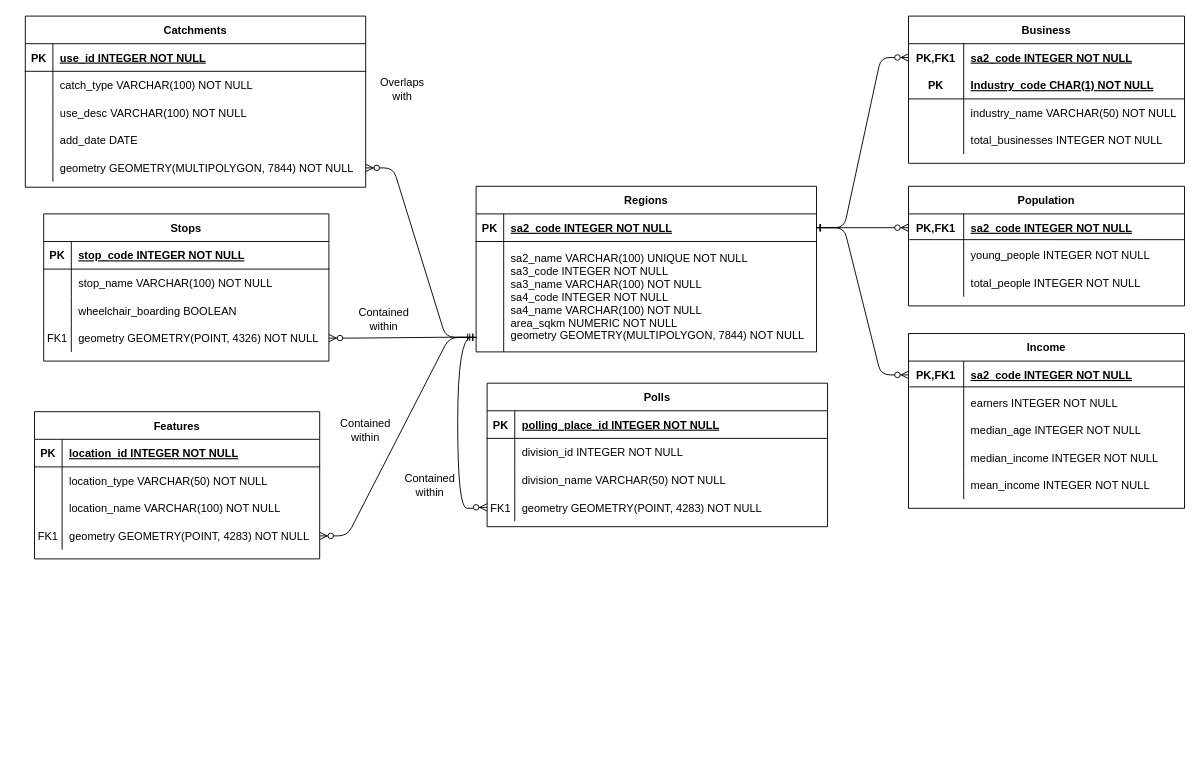
The draw.io diagram data_diagram.drawio in FixItChris/DATA2901, before the edit. Source tidied: cells renumbered, new cells numbered last; positions are measured from the earlier drawing's top-left corner, leaving out a move shared by most shapes. Both pictures are drawn from the tidied source at 92%, with x=0, y=0 at pixel (25, 16).
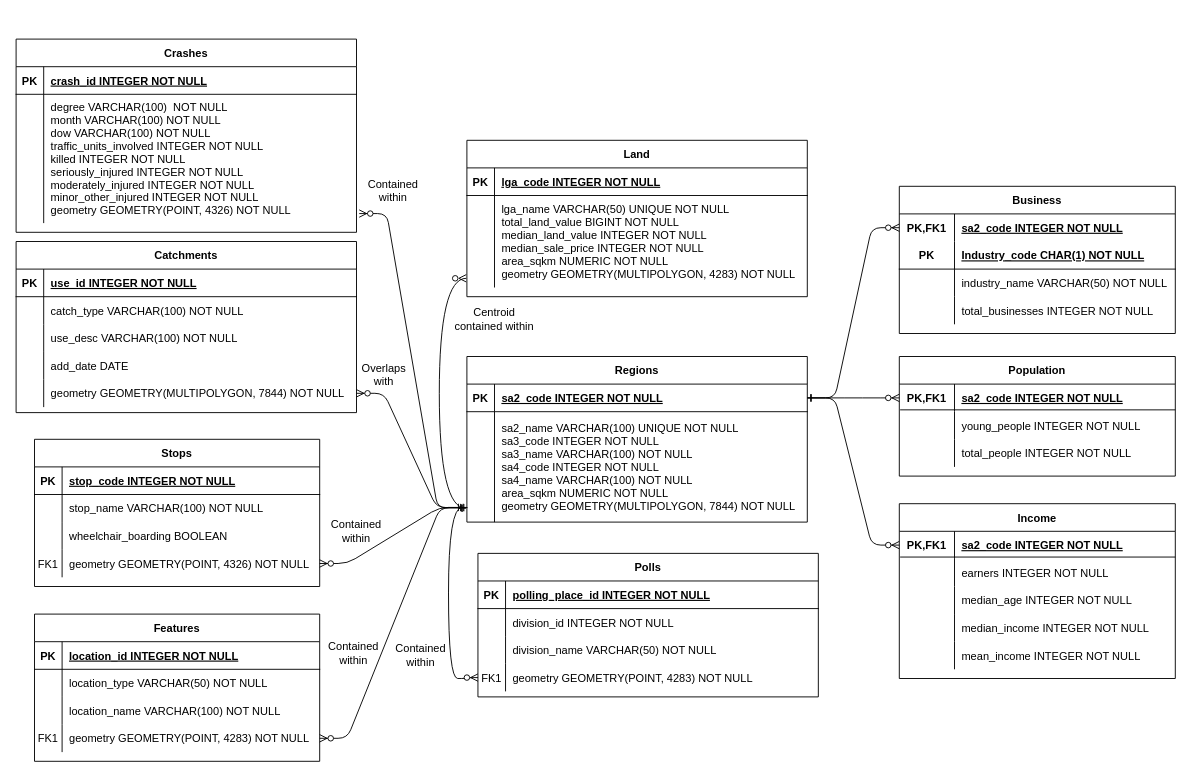
After the change.

Commit message (it also covers changes not shown here):
updated data diagram

Unchanged cells that the change refers to:
```xml
<mxCell id="7" style="shape=partialRectangle;fillColor=none;points=[[0,0.5],[1,0.5]];portConstraint=eastwest;top=0;left=0;right=0;bottom=0;" parent="3" vertex="1">
  <mxGeometry y="60" width="370" height="120" as="geometry" />
</mxCell>
<mxCell id="78" style="shape=tableRow;horizontal=0;startSize=0;swimlaneHead=0;swimlaneBody=0;fillColor=none;points=[[0,0.5],[1,0.5]];portConstraint=eastwest;top=0;left=0;right=0;bottom=0;" parent="68" vertex="1">
  <mxGeometry y="120" width="370" height="30" as="geometry" />
</mxCell>
```

The edit, as a diff of the source:
```diff
@@
     <mxCell id="3" value="Regions" style="shape=table;startSize=30;childLayout=tableLayout;rowLines=0;fontStyle=1;align=center;" parent="1" vertex="1">
-      <mxGeometry x="490" y="185" width="370" height="180" as="geometry" />
+      <mxGeometry x="480" y="370" width="370" height="180" as="geometry" />
     </mxCell>
@@
     <mxCell id="10" value="Business" style="shape=table;startSize=30;childLayout=tableLayout;rowLines=0;fontStyle=1;align=center;" parent="1" vertex="1">
-      <mxGeometry x="960" width="300" height="160" as="geometry" />
+      <mxGeometry x="950" y="185" width="300" height="160" as="geometry" />
     </mxCell>
@@
     <mxCell id="23" value="Stops" style="shape=table;startSize=30;childLayout=tableLayout;rowLines=0;fontStyle=1;align=center;" parent="1" vertex="1">
-      <mxGeometry x="20" y="215" width="310" height="160" as="geometry" />
+      <mxGeometry x="10" y="460" width="310" height="160" as="geometry" />
     </mxCell>
@@
     <mxCell id="37" value="Catchments" style="shape=table;startSize=30;childLayout=tableLayout;rowLines=0;fontStyle=1;align=center;" parent="1" vertex="1">
-      <mxGeometry width="370" height="186" as="geometry" />
+      <mxGeometry x="-10" y="245" width="370" height="186" as="geometry" />
     </mxCell>
@@
     <mxCell id="54" value="Contained within" style="text;html=1;strokeColor=none;fillColor=none;align=center;verticalAlign=middle;whiteSpace=wrap;rounded=0;" parent="1" vertex="1">
-      <mxGeometry x="360" y="315" width="60" height="30" as="geometry" />
+      <mxGeometry x="330" y="545" width="60" height="30" as="geometry" />
     </mxCell>
     <mxCell id="55" value="Overlaps with" style="text;html=1;strokeColor=none;fillColor=none;align=center;verticalAlign=middle;whiteSpace=wrap;rounded=0;" parent="1" vertex="1">
-      <mxGeometry x="380" y="65" width="60" height="30" as="geometry" />
+      <mxGeometry x="360" y="375" width="60" height="30" as="geometry" />
     </mxCell>
     <mxCell id="56" value="Population" style="shape=table;startSize=30;childLayout=tableLayout;rowLines=0;fontStyle=1;align=center;" parent="1" vertex="1">
-      <mxGeometry x="960" y="185" width="300" height="130" as="geometry" />
+      <mxGeometry x="950" y="370" width="300" height="130" as="geometry" />
     </mxCell>
@@
     <mxCell id="68" value="Polls" style="shape=table;startSize=30;childLayout=tableLayout;rowLines=0;fontStyle=1;align=center;" parent="1" vertex="1">
-      <mxGeometry x="502" y="399" width="370" height="156" as="geometry" />
+      <mxGeometry x="492" y="584" width="370" height="156" as="geometry" />
     </mxCell>
@@
     <mxCell id="81" style="edgeStyle=orthogonalEdgeStyle;endArrow=ERzeroToMany;startArrow=ERone;endFill=1;startFill=0;exitX=-0.014;exitY=0.867;exitDx=0;exitDy=0;exitPerimeter=0;curved=1;entryX=0;entryY=0.5;entryDx=0;entryDy=0;" parent="1" edge="1" source="7" target="78">
       <mxGeometry relative="1" as="geometry">
         <Array as="points">
-          <mxPoint x="470" y="349" />
-          <mxPoint x="470" y="535" />
-          <mxPoint x="490" y="535" />
-          <mxPoint x="490" y="534" />
+          <mxPoint x="460" y="534" />
+          <mxPoint x="460" y="720" />
+          <mxPoint x="480" y="720" />
+          <mxPoint x="480" y="719" />
         </Array>
       </mxGeometry>
     </mxCell>
     <mxCell id="82" value="Contained within" style="text;html=1;strokeColor=none;fillColor=none;align=center;verticalAlign=middle;whiteSpace=wrap;rounded=0;" parent="1" vertex="1">
-      <mxGeometry x="410" y="495" width="60" height="30" as="geometry" />
+      <mxGeometry x="400" y="680" width="60" height="30" as="geometry" />
     </mxCell>
     <mxCell id="83" value="Features" style="shape=table;startSize=30;childLayout=tableLayout;rowLines=0;fontStyle=1;align=center;" parent="1" vertex="1">
-      <mxGeometry x="10" y="430" width="310" height="160" as="geometry" />
+      <mxGeometry x="10" y="650" width="310" height="160" as="geometry" />
     </mxCell>
@@
     <mxCell id="97" value="Contained within" style="text;html=1;strokeColor=none;fillColor=none;align=center;verticalAlign=middle;whiteSpace=wrap;rounded=0;" parent="1" vertex="1">
-      <mxGeometry x="340" y="435" width="60" height="30" as="geometry" />
+      <mxGeometry x="327" y="678" width="60" height="30" as="geometry" />
     </mxCell>
     <mxCell id="98" value="Income" style="shape=table;startSize=30;childLayout=tableLayout;rowLines=0;fontStyle=1;align=center;" parent="1" vertex="1">
-      <mxGeometry x="960" y="345" width="300" height="190" as="geometry" />
+      <mxGeometry x="950" y="530" width="300" height="190" as="geometry" />
     </mxCell>
@@
+    <mxCell id="116" value="Crashes" style="shape=table;startSize=30;childLayout=tableLayout;rowLines=0;fontStyle=1;align=center;" parent="1" vertex="1">
+      <mxGeometry x="-10" y="25" width="370" height="210" as="geometry" />
+    </mxCell>
+    <mxCell id="117" style="shape=partialRectangle;fillColor=none;top=0;left=0;right=0;bottom=1;" parent="116" vertex="1">
+      <mxGeometry y="30" width="370" height="30" as="geometry" />
+    </mxCell>
+    <mxCell id="118" value="PK" style="shape=partialRectangle;overflow=hidden;fillColor=none;top=0;left=0;bottom=0;right=0;fontStyle=1;" parent="117" vertex="1">
+      <mxGeometry width="30" height="30" as="geometry" />
+    </mxCell>
+    <mxCell id="119" value="crash_id INTEGER NOT NULL " style="shape=partialRectangle;overflow=hidden;fillColor=none;top=0;left=0;bottom=0;right=0;align=left;spacingLeft=6;fontStyle=5;" parent="117" vertex="1">
+      <mxGeometry x="30" width="340" height="30" as="geometry" />
+    </mxCell>
+    <mxCell id="120" style="shape=partialRectangle;fillColor=none;points=[[0,0.5],[1,0.5]];portConstraint=eastwest;top=0;left=0;right=0;bottom=0;" parent="116" vertex="1">
+      <mxGeometry y="60" width="370" height="140" as="geometry" />
+    </mxCell>
+    <mxCell id="121" style="shape=partialRectangle;overflow=hidden;fillColor=none;top=0;left=0;bottom=0;right=0;" parent="120" vertex="1">
+      <mxGeometry width="30" height="140" as="geometry" />
+    </mxCell>
+    <mxCell id="122" value="degree VARCHAR(100)  NOT NULL&#10;month VARCHAR(100) NOT NULL&#10;dow VARCHAR(100) NOT NULL&#10;traffic_units_involved INTEGER NOT NULL&#10;killed INTEGER NOT NULL&#10;seriously_injured INTEGER NOT NULL&#10;moderately_injured INTEGER NOT NULL&#10;minor_other_injured INTEGER NOT NULL&#10;geometry GEOMETRY(POINT, 4326) NOT NULL" style="shape=partialRectangle;overflow=hidden;fillColor=none;top=0;left=0;bottom=0;right=0;align=left;spacingLeft=6;" parent="120" vertex="1">
+      <mxGeometry x="30" width="340" height="140" as="geometry" />
+    </mxCell>
+    <mxCell id="123" value="Land" style="shape=table;startSize=30;childLayout=tableLayout;rowLines=0;fontStyle=1;align=center;" parent="1" vertex="1">
+      <mxGeometry x="480" y="135" width="370" height="170" as="geometry" />
+    </mxCell>
+    <mxCell id="124" style="shape=partialRectangle;fillColor=none;top=0;left=0;right=0;bottom=1;" parent="123" vertex="1">
+      <mxGeometry y="30" width="370" height="30" as="geometry" />
+    </mxCell>
+    <mxCell id="125" value="PK" style="shape=partialRectangle;overflow=hidden;fillColor=none;top=0;left=0;bottom=0;right=0;fontStyle=1;" parent="124" vertex="1">
+      <mxGeometry width="30" height="30" as="geometry" />
+    </mxCell>
+    <mxCell id="126" value="lga_code INTEGER NOT NULL " style="shape=partialRectangle;overflow=hidden;fillColor=none;top=0;left=0;bottom=0;right=0;align=left;spacingLeft=6;fontStyle=5;" parent="124" vertex="1">
+      <mxGeometry x="30" width="340" height="30" as="geometry" />
+    </mxCell>
+    <mxCell id="127" style="shape=partialRectangle;fillColor=none;top=0;left=0;right=0;bottom=0;" parent="123" vertex="1">
+      <mxGeometry y="60" width="370" height="100" as="geometry" />
+    </mxCell>
+    <mxCell id="128" style="shape=partialRectangle;overflow=hidden;fillColor=none;top=0;left=0;bottom=0;right=0;" parent="127" vertex="1">
+      <mxGeometry width="30" height="100" as="geometry" />
+    </mxCell>
+    <mxCell id="129" value="lga_name VARCHAR(50) UNIQUE NOT NULL&#10;total_land_value BIGINT NOT NULL&#10;median_land_value INTEGER NOT NULL&#10;median_sale_price INTEGER NOT NULL&#10;area_sqkm NUMERIC NOT NULL&#10;geometry GEOMETRY(MULTIPOLYGON, 4283) NOT NULL" style="shape=partialRectangle;overflow=hidden;fillColor=none;top=0;left=0;bottom=0;right=0;align=left;spacingLeft=6;" parent="127" vertex="1">
+      <mxGeometry x="30" width="340" height="100" as="geometry" />
+    </mxCell>
+    <mxCell id="130" style="edgeStyle=entityRelationEdgeStyle;endArrow=ERzeroToMany;startArrow=ERone;endFill=1;startFill=0;entryX=1.008;entryY=0.926;entryDx=0;entryDy=0;exitX=-0.005;exitY=0.872;exitDx=0;exitDy=0;exitPerimeter=0;entryPerimeter=0;" parent="1" edge="1" source="7" target="120">
+      <mxGeometry relative="1" as="geometry" />
+    </mxCell>
+    <mxCell id="131" style="edgeStyle=orthogonalEdgeStyle;endArrow=ERzeroToMany;startArrow=ERone;endFill=1;startFill=0;curved=1;entryX=-0.01;entryY=0.867;entryDx=0;entryDy=0;entryPerimeter=0;" parent="1" edge="1">
+      <mxGeometry relative="1" as="geometry">
+        <mxPoint x="479" y="535" as="sourcePoint" />
+        <mxPoint x="479.3" y="285" as="targetPoint" />
+        <Array as="points">
+          <mxPoint x="450" y="535" />
+          <mxPoint x="450" y="285" />
+        </Array>
+      </mxGeometry>
+    </mxCell>
+    <mxCell id="132" value="Contained within" style="text;html=1;strokeColor=none;fillColor=none;align=center;verticalAlign=middle;whiteSpace=wrap;rounded=0;" parent="1" vertex="1">
+      <mxGeometry x="370" y="175" width="60" height="30" as="geometry" />
+    </mxCell>
+    <mxCell id="133" value="Centroid contained within" style="text;html=1;strokeColor=none;fillColor=none;align=center;verticalAlign=middle;whiteSpace=wrap;rounded=0;" parent="1" vertex="1">
+      <mxGeometry x="460" y="315" width="100" height="30" as="geometry" />
+    </mxCell>
```
